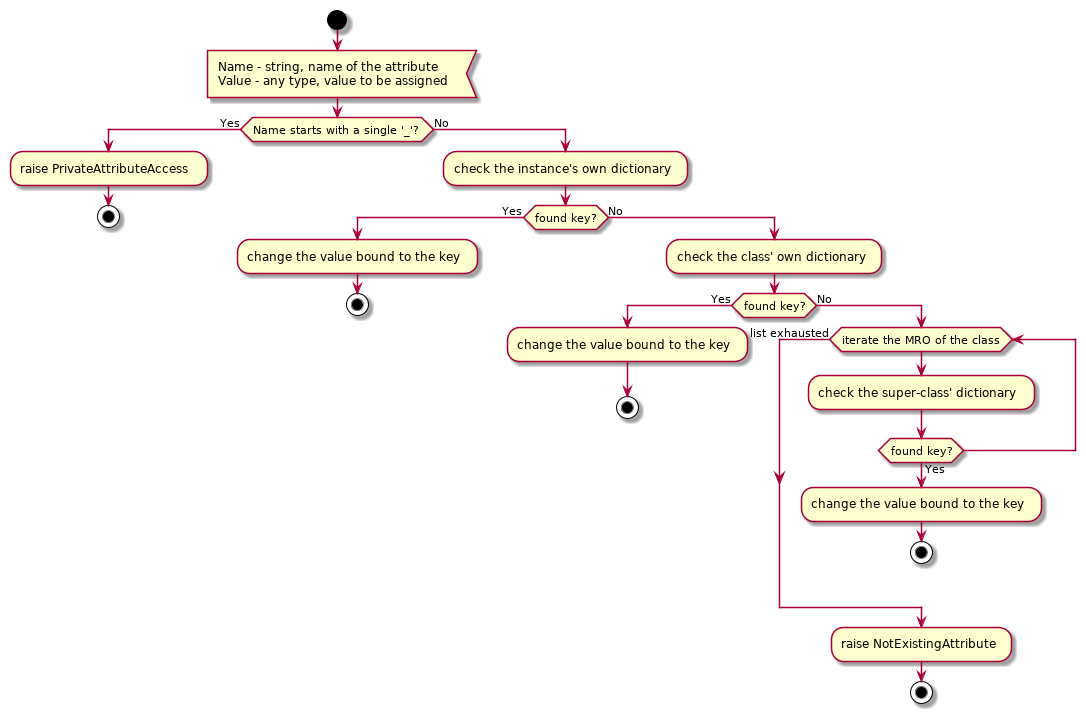
Above: docs/UML/design/fixed_instance_setattr.png in FooBarShebang/libencapsulation (PlantUML), before the change.
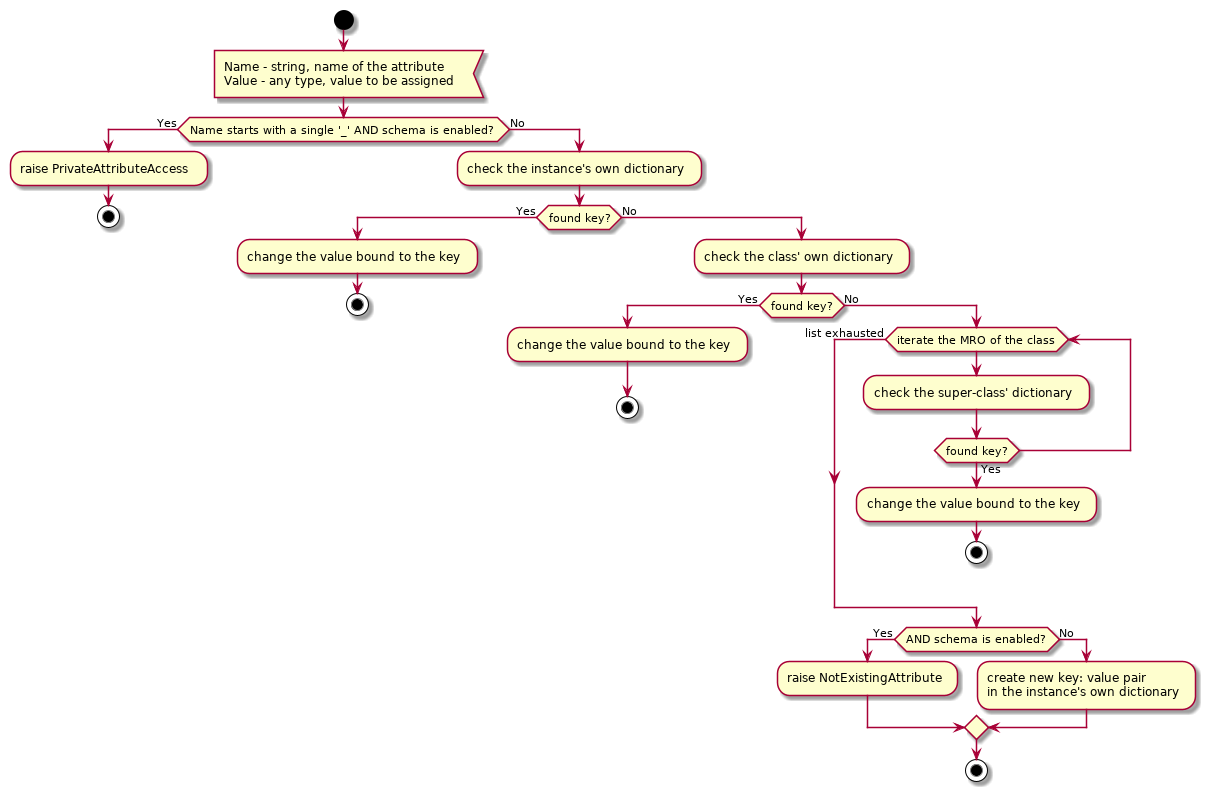
The same file after the commit.

Diff of the diagram source:
```diff
@@ -5,7 +5,7 @@
 :Name - string, name of the attribute
 Value - any type, value to be assigned<
 
-if (Name starts with a single '_'?) then (Yes)
+if (Name starts with a single '_' AND schema is enabled?) then (Yes)
     :raise PrivateAttributeAccess;
 
     stop
@@ -34,8 +34,11 @@
                 endif
             end while (list exhausted)
 
-            :raise NotExistingAttribute;
-
+            if (AND schema is enabled?) then (Yes)
+                :raise NotExistingAttribute;
+            else (No)
+                :create new key: value pair\nin the instance's own dictionary;
+            endif
             stop
         endif
     endif
```
